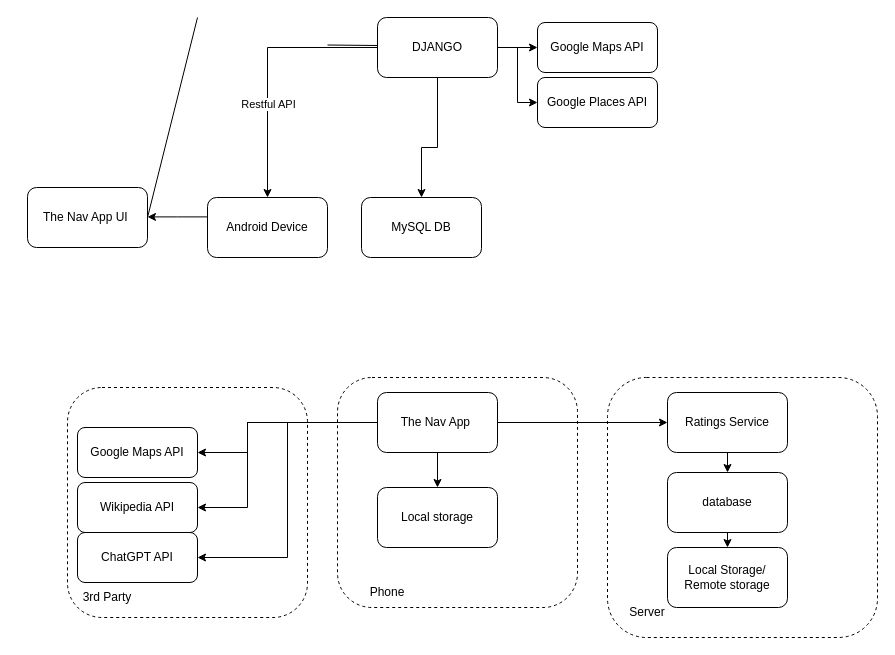
DariaVesela/TheNavigationProject keeps this draw.io diagram as the_nav_proj_architecture.drawio. Above is the earlier version. Source tidied: cells renumbered, new cells numbered last; positions are measured from the earlier drawing's top-left corner, leaving out a move shared by most shapes. Both pictures are drawn from the tidied source at 100%, with x=0, y=0 at pixel (27, 17).
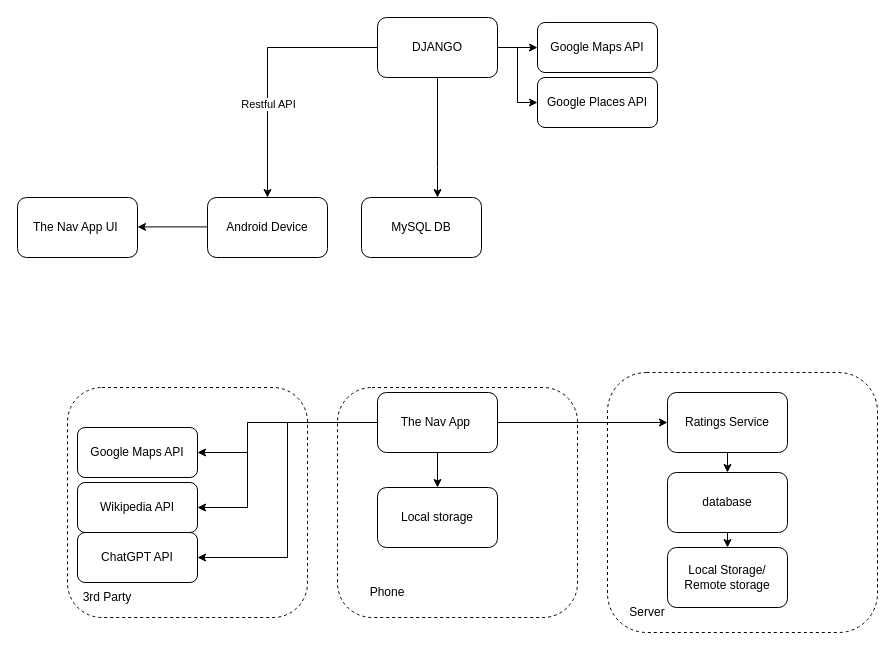
After the change.

Unchanged cells that the change refers to:
```xml
<mxCell id="8" value="MySQL DB" style="rounded=1;whiteSpace=wrap;html=1;" parent="1" vertex="1">
  <mxGeometry x="334" y="180" width="120" height="60" as="geometry" />
</mxCell>
<mxCell id="14" value="DJANGO" style="rounded=1;whiteSpace=wrap;html=1;" parent="1" vertex="1">
  <mxGeometry x="350" width="120" height="60" as="geometry" />
</mxCell>
```

Diff of the diagram source:
```diff
@@
     <mxCell id="2" style="rounded=1;whiteSpace=wrap;html=1;gradientColor=none;fillColor=none;dashed=1;" parent="1" vertex="1">
-      <mxGeometry x="310" y="360" width="240" height="230" as="geometry" />
+      <mxGeometry x="310" y="370" width="240" height="230" as="geometry" />
     </mxCell>
@@
-    <mxCell id="4" value="The Nav App UI&amp;nbsp;" style="rounded=1;whiteSpace=wrap;html=1;" parent="1" vertex="1">
-      <mxGeometry y="170" width="120" height="60" as="geometry" />
-    </mxCell>
@@
     <mxCell id="11" style="edgeStyle=orthogonalEdgeStyle;rounded=0;jettySize=auto;html=1;" parent="1" edge="1" source="14" target="8">
       <mxGeometry relative="1" as="geometry">
         <Array as="points">
-          <mxPoint x="410" y="130" />
+          <mxPoint x="410" y="150" />
+          <mxPoint x="410" y="150" />
         </Array>
       </mxGeometry>
     </mxCell>
@@
-    <mxCell id="16" style="endArrow=none;html=1;rounded=0;entryX=0;entryY=0.5;entryDx=0;entryDy=0;exitX=1;exitY=0.5;exitDx=0;exitDy=0;" parent="1" edge="1" source="4">
-      <mxGeometry relative="1" as="geometry">
-        <mxPoint x="170" as="targetPoint" />
-      </mxGeometry>
-    </mxCell>
@@
-    <mxCell id="18" style="endArrow=none;html=1;rounded=0;" parent="1" edge="1">
-      <mxGeometry relative="1" as="geometry">
-        <mxPoint x="300" y="27.5" as="sourcePoint" />
-        <mxPoint x="350" y="28" as="targetPoint" />
-      </mxGeometry>
-    </mxCell>
@@
     <mxCell id="29" style="rounded=1;whiteSpace=wrap;html=1;gradientColor=none;fillColor=none;dashed=1;" parent="1" vertex="1">
-      <mxGeometry x="580" y="360" width="270" height="260" as="geometry" />
+      <mxGeometry x="580" y="355" width="270" height="260" as="geometry" />
     </mxCell>
@@
-    <mxCell id="36" style="edgeStyle=orthogonalEdgeStyle;rounded=0;orthogonalLoop=1;jettySize=auto;html=1;entryX=1;entryY=0.75;entryDx=0;entryDy=0;" parent="1" edge="1">
-      <mxGeometry relative="1" as="geometry">
-        <mxPoint x="180" y="199.4" as="sourcePoint" />
-        <mxPoint x="120" y="199.4" as="targetPoint" />
-        <Array as="points">
-          <mxPoint x="150" y="199.4" />
-          <mxPoint x="150" y="199.4" />
-        </Array>
-      </mxGeometry>
-    </mxCell>
+    <mxCell id="4" value="The Nav App UI&amp;nbsp;" style="rounded=1;whiteSpace=wrap;html=1;" parent="1" vertex="1">
+      <mxGeometry x="-10" y="180" width="120" height="60" as="geometry" />
+    </mxCell>
+    <mxCell id="37" style="edgeStyle=orthogonalEdgeStyle;rounded=0;orthogonalLoop=1;jettySize=auto;html=1;entryX=1;entryY=0.75;entryDx=0;entryDy=0;" parent="1" edge="1">
+      <mxGeometry relative="1" as="geometry">
+        <mxPoint x="180" y="209.4" as="sourcePoint" />
+        <mxPoint x="110" y="209.4" as="targetPoint" />
+        <Array as="points">
+          <mxPoint x="120" y="209.4" />
+        </Array>
+      </mxGeometry>
+    </mxCell>
```
